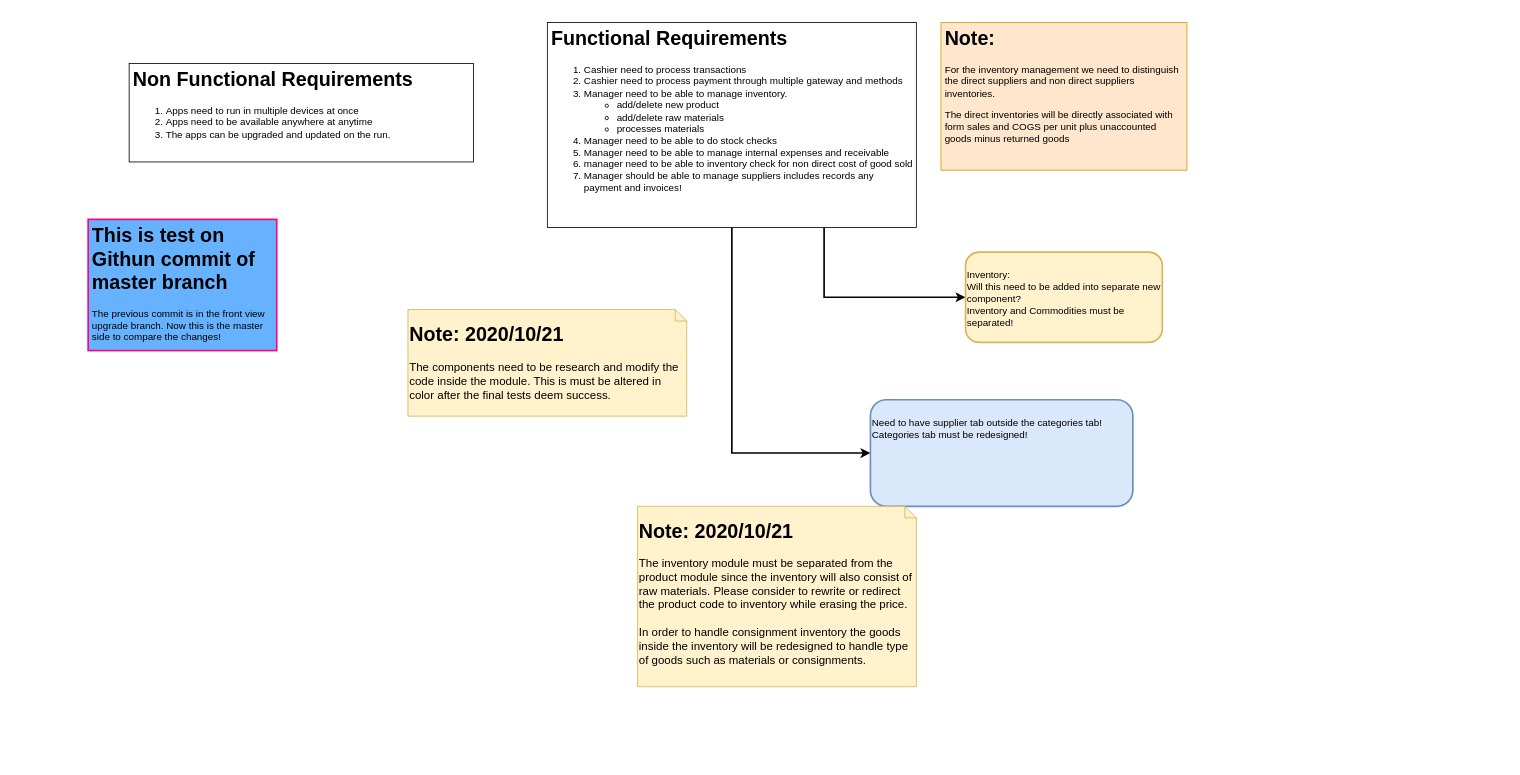
This is page "1.Read First" (1 of 7) of docs/2020-06-21_UML.drawio from m00racle/trialpos, a draw.io file, before an edit. Source tidied: cells renumbered, new cells numbered last; positions are measured from the earlier drawing's top-left corner, leaving out a move shared by most shapes. Both pictures are drawn from the tidied source at 82%, with x=0, y=0 at pixel (88, 22).
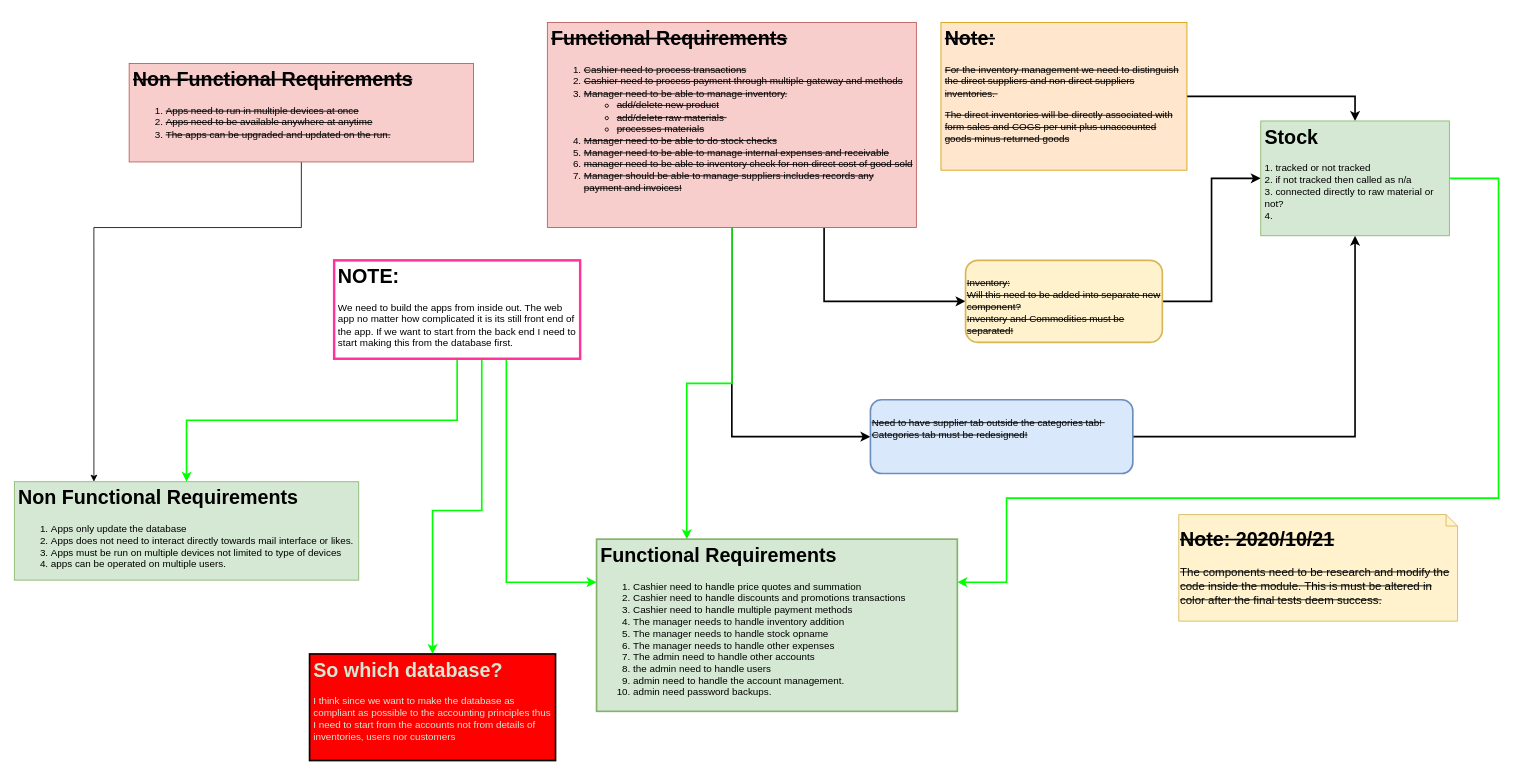
The same diagram, later.

Diff of the diagram source:
```diff
@@
+    <mxCell id="12" style="edgeStyle=orthogonalEdgeStyle;rounded=0;jettySize=auto;html=1;entryX=0.25;entryY=0;entryDx=0;entryDy=0;strokeWidth=2;strokeColor=#00FF00;" parent="1" edge="1" source="4" target="20">
+      <mxGeometry relative="1" as="geometry" />
+    </mxCell>
-    <mxCell id="4" value="&lt;h1&gt;Functional Requirements&lt;/h1&gt;&lt;p&gt;&lt;/p&gt;&lt;ol&gt;&lt;li&gt;Cashier need to process transactions&lt;/li&gt;&lt;li&gt;Cashier need to process payment through multiple gateway and methods&lt;/li&gt;&lt;li&gt;Manager need to be able to manage inventory.&lt;/li&gt;&lt;ul&gt;&lt;li&gt;add/delete new product&lt;/li&gt;&lt;li&gt;add/delete raw materials&amp;nbsp;&lt;/li&gt;&lt;li&gt;processes materials&lt;/li&gt;&lt;/ul&gt;&lt;li&gt;Manager need to be able to do stock checks&lt;/li&gt;&lt;li&gt;Manager need to be able to manage internal expenses and receivable&lt;/li&gt;&lt;li&gt;manager need to be able to inventory check for non direct cost of good sold&lt;/li&gt;&lt;li&gt;Manager should be able to manage suppliers includes records any payment and invoices!&lt;/li&gt;&lt;/ol&gt;&lt;p&gt;&lt;/p&gt;" style="text;html=1;fillColor=none;spacing=5;spacingTop=-20;whiteSpace=wrap;overflow=hidden;rounded=0;strokeColor=#000000;" parent="1" vertex="1">
+    <mxCell id="4" value="&lt;h1&gt;&lt;strike&gt;Functional Requirements&lt;/strike&gt;&lt;/h1&gt;&lt;p&gt;&lt;/p&gt;&lt;ol&gt;&lt;li&gt;&lt;strike&gt;Cashier need to process transactions&lt;/strike&gt;&lt;/li&gt;&lt;li&gt;&lt;strike&gt;Cashier need to process payment through multiple gateway and methods&lt;/strike&gt;&lt;/li&gt;&lt;li&gt;&lt;strike&gt;Manager need to be able to manage inventory.&lt;/strike&gt;&lt;/li&gt;&lt;ul&gt;&lt;li&gt;&lt;strike&gt;add/delete new product&lt;/strike&gt;&lt;/li&gt;&lt;li&gt;&lt;strike&gt;add/delete raw materials&amp;nbsp;&lt;/strike&gt;&lt;/li&gt;&lt;li&gt;&lt;strike&gt;processes materials&lt;/strike&gt;&lt;/li&gt;&lt;/ul&gt;&lt;li&gt;&lt;strike&gt;Manager need to be able to do stock checks&lt;/strike&gt;&lt;/li&gt;&lt;li&gt;&lt;strike&gt;Manager need to be able to manage internal expenses and receivable&lt;/strike&gt;&lt;/li&gt;&lt;li&gt;&lt;strike&gt;manager need to be able to inventory check for non direct cost of good sold&lt;/strike&gt;&lt;/li&gt;&lt;li&gt;&lt;strike&gt;Manager should be able to manage suppliers includes records any payment and invoices!&lt;/strike&gt;&lt;/li&gt;&lt;/ol&gt;&lt;p&gt;&lt;/p&gt;" style="text;html=1;fillColor=#f8cecc;spacing=5;spacingTop=-20;whiteSpace=wrap;overflow=hidden;rounded=0;strokeColor=#b85450;" parent="1" vertex="1">
       <mxGeometry x="560" width="450" height="250" as="geometry" />
     </mxCell>
+    <mxCell id="13" style="edgeStyle=orthogonalEdgeStyle;rounded=0;jettySize=auto;html=1;entryX=0.231;entryY=0;entryDx=0;entryDy=0;entryPerimeter=0;" parent="1" edge="1" source="5" target="19">
+      <mxGeometry relative="1" as="geometry">
+        <Array as="points">
+          <mxPoint x="260" y="250" />
+          <mxPoint x="7" y="250" />
+        </Array>
+      </mxGeometry>
+    </mxCell>
-    <mxCell id="5" value="&lt;h1&gt;Non Functional Requirements&lt;/h1&gt;&lt;p&gt;&lt;/p&gt;&lt;ol&gt;&lt;li&gt;Apps need to run in multiple devices at once&lt;/li&gt;&lt;li&gt;Apps need to be available anywhere at anytime&lt;/li&gt;&lt;li&gt;The apps can be upgraded and updated on the run.&lt;/li&gt;&lt;/ol&gt;&lt;p&gt;&lt;/p&gt;" style="text;html=1;fillColor=none;spacing=5;spacingTop=-20;whiteSpace=wrap;overflow=hidden;rounded=0;strokeColor=#000000;" parent="1" vertex="1">
+    <mxCell id="5" value="&lt;h1&gt;&lt;strike&gt;Non Functional Requirements&lt;/strike&gt;&lt;/h1&gt;&lt;p&gt;&lt;/p&gt;&lt;ol&gt;&lt;li&gt;&lt;strike&gt;Apps need to run in multiple devices at once&lt;/strike&gt;&lt;/li&gt;&lt;li&gt;&lt;strike&gt;Apps need to be available anywhere at anytime&lt;/strike&gt;&lt;/li&gt;&lt;li&gt;&lt;strike&gt;The apps can be upgraded and updated on the run.&lt;/strike&gt;&lt;/li&gt;&lt;/ol&gt;&lt;p&gt;&lt;/p&gt;" style="text;html=1;fillColor=#f8cecc;spacing=5;spacingTop=-20;whiteSpace=wrap;overflow=hidden;rounded=0;strokeColor=#b85450;" parent="1" vertex="1">
       <mxGeometry x="50" y="50" width="420" height="120" as="geometry" />
     </mxCell>
+    <mxCell id="14" style="edgeStyle=orthogonalEdgeStyle;rounded=0;jettySize=auto;html=1;entryX=0.5;entryY=0;entryDx=0;entryDy=0;strokeWidth=2;" parent="1" edge="1" source="6" target="18">
+      <mxGeometry relative="1" as="geometry" />
+    </mxCell>
-    <mxCell id="6" value="&lt;h1&gt;Note:&lt;/h1&gt;&lt;p&gt;For the inventory management we need to distinguish the direct suppliers and non direct suppliers inventories.&amp;nbsp;&lt;/p&gt;&lt;p&gt;The direct inventories will be directly associated with form sales and COGS per unit plus unaccounted goods minus returned goods&lt;/p&gt;" style="text;html=1;strokeColor=#d79b00;fillColor=#ffe6cc;spacing=5;spacingTop=-20;whiteSpace=wrap;overflow=hidden;rounded=0;" parent="1" vertex="1">
+    <mxCell id="6" value="&lt;h1&gt;&lt;strike&gt;Note:&lt;/strike&gt;&lt;/h1&gt;&lt;p&gt;&lt;strike&gt;For the inventory management we need to distinguish the direct suppliers and non direct suppliers inventories.&amp;nbsp;&lt;/strike&gt;&lt;/p&gt;&lt;p&gt;&lt;strike&gt;The direct inventories will be directly associated with form sales and COGS per unit plus unaccounted goods minus returned goods&lt;/strike&gt;&lt;/p&gt;" style="text;html=1;strokeColor=#d79b00;fillColor=#ffe6cc;spacing=5;spacingTop=-20;whiteSpace=wrap;overflow=hidden;rounded=0;" parent="1" vertex="1">
       <mxGeometry x="1040" width="300" height="180" as="geometry" />
     </mxCell>
+    <mxCell id="15" style="edgeStyle=orthogonalEdgeStyle;rounded=0;jettySize=auto;html=1;entryX=0;entryY=0.5;entryDx=0;entryDy=0;strokeWidth=2;" parent="1" edge="1" source="7" target="18">
+      <mxGeometry relative="1" as="geometry" />
+    </mxCell>
-    <mxCell id="7" value="&lt;br&gt;Inventory:&lt;br&gt;Will this need to be added into separate new component?&lt;br&gt;Inventory and Commodities must be separated!" style="rounded=1;whiteSpace=wrap;html=1;strokeColor=#d6b656;verticalAlign=top;align=left;strokeWidth=2;fillColor=#fff2cc;" parent="1" vertex="1">
-      <mxGeometry x="1070" y="280" width="240" height="110" as="geometry" />
+    <mxCell id="7" value="&lt;strike&gt;&lt;br&gt;Inventory:&lt;br&gt;Will this need to be added into separate new component?&lt;br&gt;Inventory and Commodities must be separated!&lt;/strike&gt;" style="rounded=1;whiteSpace=wrap;html=1;strokeColor=#d6b656;verticalAlign=top;align=left;strokeWidth=2;fillColor=#fff2cc;" parent="1" vertex="1">
+      <mxGeometry x="1070" y="290" width="240" height="100" as="geometry" />
     </mxCell>
+    <mxCell id="16" style="edgeStyle=orthogonalEdgeStyle;rounded=0;jettySize=auto;html=1;entryX=0.5;entryY=1;entryDx=0;entryDy=0;strokeWidth=2;" parent="1" edge="1" source="8" target="18">
+      <mxGeometry relative="1" as="geometry" />
+    </mxCell>
-    <mxCell id="8" value="&lt;br&gt;Need to have supplier tab outside the categories tab!&amp;nbsp;&lt;br&gt;Categories tab must be redesigned!" style="rounded=1;whiteSpace=wrap;html=1;strokeWidth=2;verticalAlign=top;align=left;fillColor=#dae8fc;strokeColor=#6c8ebf;" parent="1" vertex="1">
-      <mxGeometry x="954" y="460" width="320" height="130" as="geometry" />
+    <mxCell id="8" value="&lt;strike&gt;&lt;br&gt;Need to have supplier tab outside the categories tab!&amp;nbsp;&lt;br&gt;Categories tab must be redesigned!&lt;/strike&gt;" style="rounded=1;whiteSpace=wrap;html=1;strokeWidth=2;verticalAlign=top;align=left;fillColor=#dae8fc;strokeColor=#6c8ebf;" parent="1" vertex="1">
+      <mxGeometry x="954" y="460" width="320" height="90" as="geometry" />
     </mxCell>
-    <mxCell id="9" value="&lt;h1&gt;Note: 2020/10/21&lt;/h1&gt;&lt;div&gt;&lt;font style=&quot;font-size: 14px&quot;&gt;The components need to be research and modify the code inside the module. This is must be altered in color after the final tests deem success.&lt;/font&gt;&lt;/div&gt;" style="shape=note;whiteSpace=wrap;html=1;size=14;verticalAlign=top;align=left;spacingTop=-6;strokeWidth=1;fillColor=#fff2cc;strokeColor=#d6b656;" parent="1" vertex="1">
-      <mxGeometry x="390" y="350" width="340" height="130" as="geometry" />
+    <mxCell id="9" value="&lt;h1&gt;&lt;strike&gt;Note: 2020/10/21&lt;/strike&gt;&lt;/h1&gt;&lt;div&gt;&lt;font style=&quot;font-size: 14px&quot;&gt;&lt;strike&gt;The components need to be research and modify the code inside the module. This is must be altered in color after the final tests deem success.&lt;/strike&gt;&lt;/font&gt;&lt;/div&gt;" style="shape=note;whiteSpace=wrap;html=1;size=14;verticalAlign=top;align=left;spacingTop=-6;strokeWidth=1;fillColor=#fff2cc;strokeColor=#d6b656;" parent="1" vertex="1">
+      <mxGeometry x="1330" y="600" width="340" height="130" as="geometry" />
     </mxCell>
-    <mxCell id="10" value="&lt;h1&gt;Note: 2020/10/21&lt;/h1&gt;&lt;div&gt;&lt;font style=&quot;font-size: 14px&quot;&gt;The inventory module must be separated from the product module since the inventory will also consist of raw materials. Please consider to rewrite or redirect the product code to inventory while erasing the price.&lt;/font&gt;&lt;/div&gt;&lt;div&gt;&lt;font style=&quot;font-size: 14px&quot;&gt;&lt;br&gt;&lt;/font&gt;&lt;/div&gt;&lt;div&gt;&lt;font style=&quot;font-size: 14px&quot;&gt;In order to handle consignment inventory the goods inside the inventory will be redesigned to handle type of goods such as materials or consignments.&lt;/font&gt;&lt;/div&gt;" style="shape=note;whiteSpace=wrap;html=1;size=14;verticalAlign=top;align=left;spacingTop=-6;strokeWidth=1;fillColor=#fff2cc;strokeColor=#d6b656;" parent="1" vertex="1">
-      <mxGeometry x="670" y="590" width="340" height="220" as="geometry" />
-    </mxCell>
-    <mxCell id="11" value="&lt;h1&gt;This is test on Githun commit of master branch&lt;/h1&gt;&lt;div&gt;The previous commit is in the front view upgrade branch. Now this is the master side to compare the changes!&lt;/div&gt;" style="text;html=1;spacing=5;spacingTop=-20;whiteSpace=wrap;overflow=hidden;rounded=0;strokeColor=#FF0080;strokeWidth=2;fillColor=#66B2FF;" parent="1" vertex="1">
-      <mxGeometry y="240" width="230" height="160" as="geometry" />
-    </mxCell>
+    <mxCell id="17" style="edgeStyle=orthogonalEdgeStyle;rounded=0;jettySize=auto;html=1;entryX=1;entryY=0.25;entryDx=0;entryDy=0;strokeColor=#00FF00;strokeWidth=2;fontColor=#D5E8D4;jumpStyle=arc;" parent="1" edge="1" source="18" target="20">
+      <mxGeometry relative="1" as="geometry">
+        <Array as="points">
+          <mxPoint x="1720" y="190" />
+          <mxPoint x="1720" y="580" />
+          <mxPoint x="1120" y="580" />
+          <mxPoint x="1120" y="683" />
+        </Array>
+      </mxGeometry>
+    </mxCell>
+    <mxCell id="18" value="&lt;h1&gt;Stock&lt;/h1&gt;&lt;div&gt;1. tracked or not tracked&lt;/div&gt;&lt;div&gt;2. if not tracked then called as n/a&lt;/div&gt;&lt;div&gt;3. connected directly to raw material or not?&lt;/div&gt;&lt;div&gt;4.&amp;nbsp;&lt;/div&gt;" style="text;html=1;fillColor=#d5e8d4;spacing=5;spacingTop=-20;whiteSpace=wrap;overflow=hidden;rounded=0;strokeColor=#82b366;" parent="1" vertex="1">
+      <mxGeometry x="1430" y="120" width="230" height="140" as="geometry" />
+    </mxCell>
+    <mxCell id="19" value="&lt;h1&gt;Non Functional Requirements&lt;/h1&gt;&lt;p&gt;&lt;/p&gt;&lt;ol&gt;&lt;li&gt;Apps only update the database&lt;/li&gt;&lt;li&gt;Apps does not need to interact directly towards mail interface or likes.&lt;/li&gt;&lt;li&gt;Apps must be run on multiple devices not limited to type of devices&lt;/li&gt;&lt;li&gt;apps can be operated on multiple users.&lt;/li&gt;&lt;/ol&gt;&lt;p&gt;&lt;/p&gt;" style="text;html=1;fillColor=#d5e8d4;spacing=5;spacingTop=-20;whiteSpace=wrap;overflow=hidden;rounded=0;strokeColor=#82b366;" parent="1" vertex="1">
+      <mxGeometry x="-90" y="560" width="420" height="120" as="geometry" />
+    </mxCell>
+    <mxCell id="20" value="&lt;h1&gt;Functional Requirements&lt;/h1&gt;&lt;div&gt;&lt;ol&gt;&lt;li&gt;Cashier need to handle price quotes and summation&amp;nbsp;&lt;/li&gt;&lt;li&gt;Cashier need to handle discounts and promotions transactions&lt;/li&gt;&lt;li&gt;Cashier need to handle multiple payment methods&lt;/li&gt;&lt;li&gt;The manager needs to handle inventory addition&lt;/li&gt;&lt;li&gt;The manager needs to handle stock opname&lt;/li&gt;&lt;li&gt;The manager needs to handle other expenses&amp;nbsp;&lt;/li&gt;&lt;li&gt;The admin need to handle other accounts&amp;nbsp;&lt;/li&gt;&lt;li&gt;the admin need to handle users&lt;/li&gt;&lt;li&gt;admin need to handle the account management.&lt;/li&gt;&lt;li&gt;admin need password backups.&lt;/li&gt;&lt;/ol&gt;&lt;/div&gt;" style="text;html=1;fillColor=#d5e8d4;spacing=5;spacingTop=-20;whiteSpace=wrap;overflow=hidden;rounded=0;strokeColor=#82b366;strokeWidth=2;" parent="1" vertex="1">
+      <mxGeometry x="620" y="630" width="440" height="210" as="geometry" />
+    </mxCell>
+    <mxCell id="21" style="edgeStyle=orthogonalEdgeStyle;rounded=0;jettySize=auto;html=1;entryX=0.5;entryY=0;entryDx=0;entryDy=0;strokeColor=#00FF00;strokeWidth=2;" parent="1" edge="1" source="24" target="25">
+      <mxGeometry relative="1" as="geometry">
+        <Array as="points">
+          <mxPoint x="480" y="595" />
+          <mxPoint x="420" y="595" />
+        </Array>
+      </mxGeometry>
+    </mxCell>
+    <mxCell id="22" style="edgeStyle=orthogonalEdgeStyle;rounded=0;jettySize=auto;html=1;entryX=0.5;entryY=0;entryDx=0;entryDy=0;strokeColor=#00FF00;strokeWidth=2;" parent="1" edge="1" source="24" target="19">
+      <mxGeometry relative="1" as="geometry" />
+    </mxCell>
+    <mxCell id="23" style="edgeStyle=orthogonalEdgeStyle;rounded=0;jettySize=auto;html=1;entryX=0;entryY=0.25;entryDx=0;entryDy=0;strokeColor=#00FF00;strokeWidth=2;" parent="1" edge="1" source="24" target="20">
+      <mxGeometry relative="1" as="geometry">
+        <Array as="points">
+          <mxPoint x="510" y="683" />
+        </Array>
+      </mxGeometry>
+    </mxCell>
+    <mxCell id="24" value="&lt;h1&gt;NOTE:&lt;/h1&gt;&lt;div&gt;We need to build the apps from inside out. The web app no matter how complicated it is its still front end of the app. If we want to start from the back end I need to start making this from the database first.&lt;/div&gt;" style="text;html=1;fillColor=none;spacing=5;spacingTop=-20;whiteSpace=wrap;overflow=hidden;rounded=0;strokeColor=#FF3399;strokeWidth=3;direction=west;" parent="1" vertex="1">
+      <mxGeometry x="300" y="290" width="300" height="120" as="geometry" />
+    </mxCell>
+    <mxCell id="25" value="&lt;h1&gt;So which database?&lt;/h1&gt;&lt;div&gt;I think since we want to make the database as compliant as possible to the accounting principles thus I need to start from the accounts not from details of inventories, users nor customers&lt;/div&gt;" style="text;html=1;spacing=5;spacingTop=-20;whiteSpace=wrap;overflow=hidden;rounded=0;strokeColor=#000000;strokeWidth=2;fillColor=#FF0000;gradientDirection=east;fontColor=#D5E8D4;" parent="1" vertex="1">
+      <mxGeometry x="270" y="770" width="300" height="130" as="geometry" />
+    </mxCell>
```
